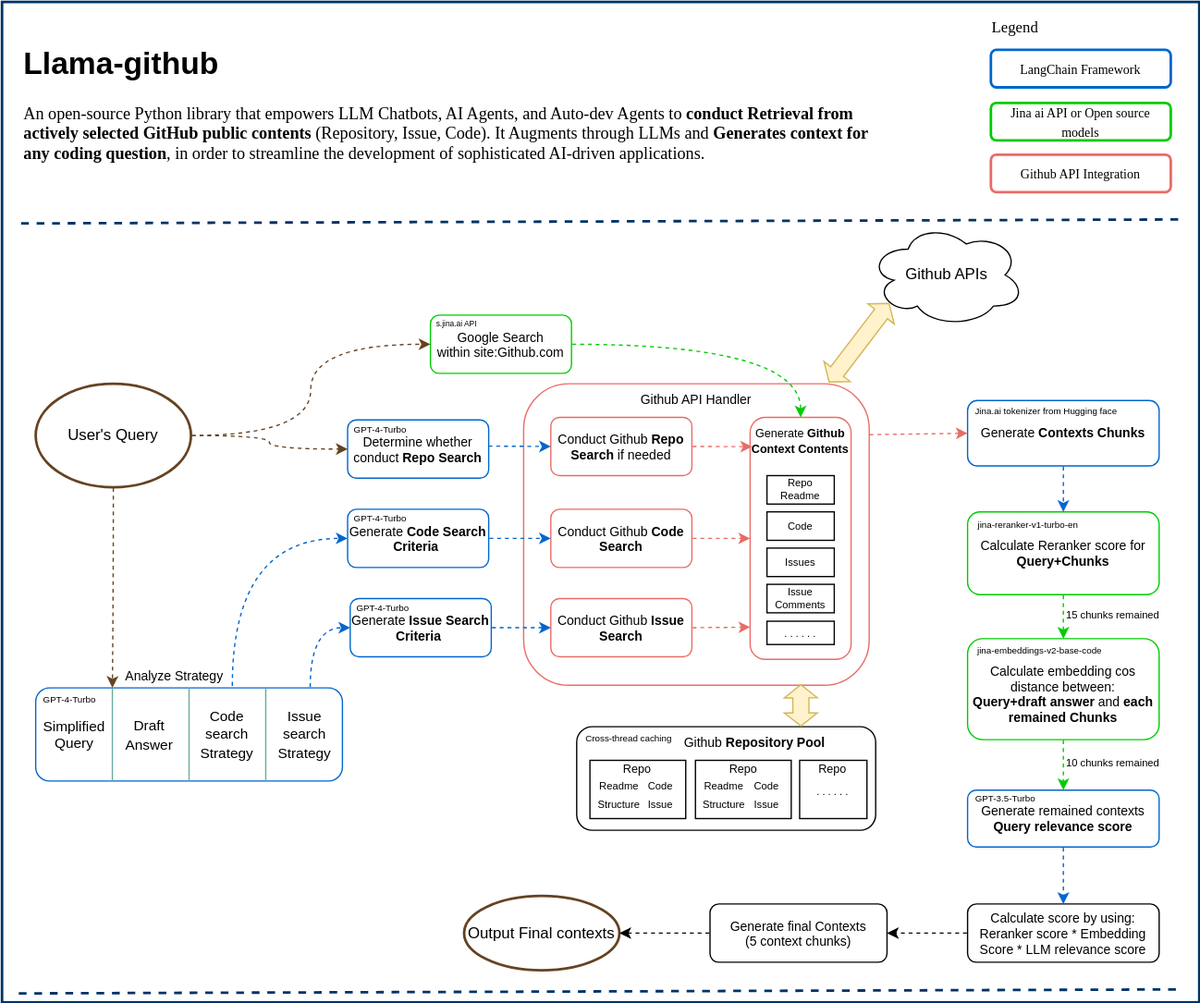
JetXu-LLM/llama-github keeps this draw.io diagram as docs/high_level_architecture.drawio.svg. Above is the earlier version. Source tidied: cells renumbered, new cells last; positions are measured from the earlier drawing's top-left corner, leaving out a move shared by most shapes.
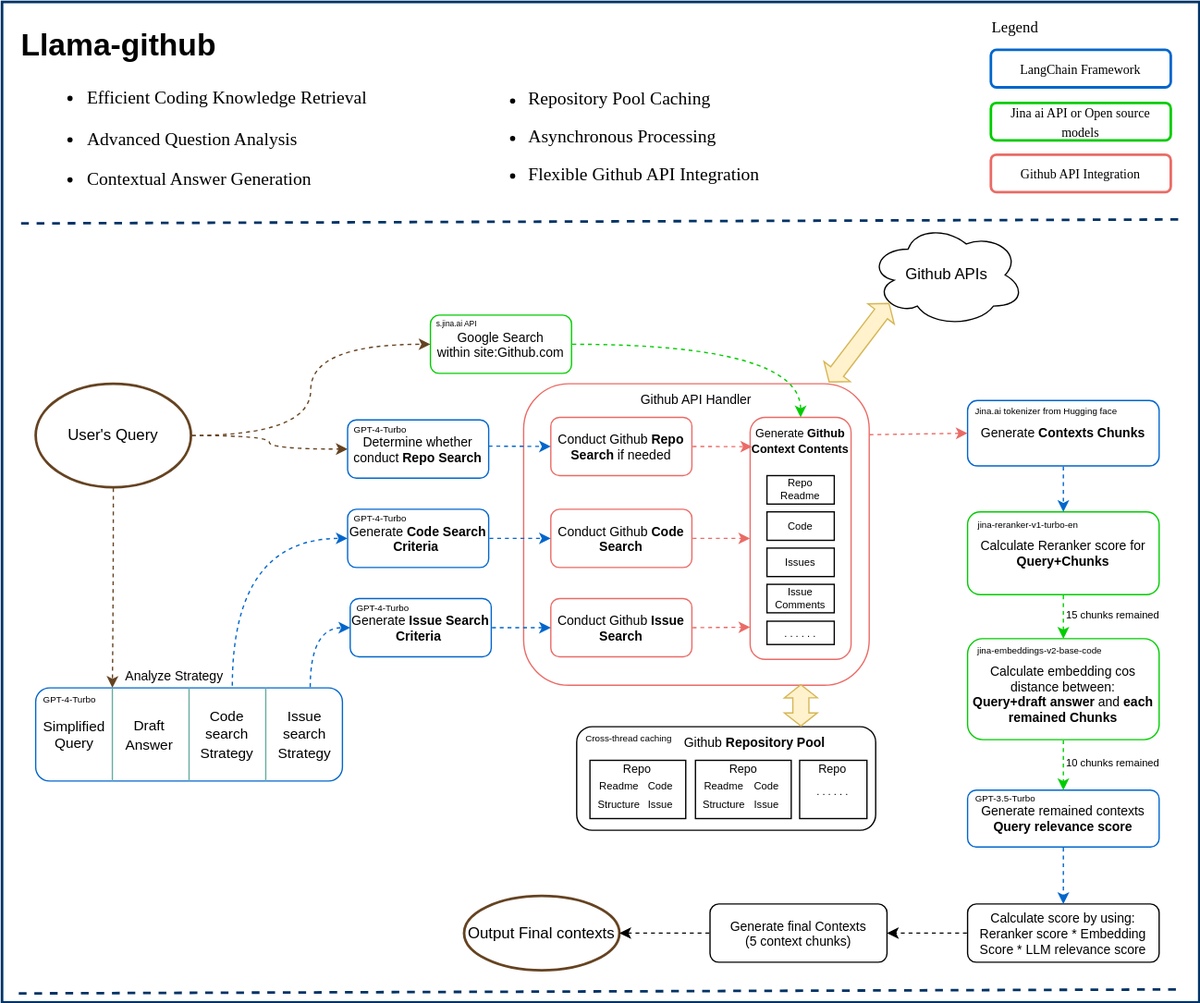
The same diagram one commit later.

What changed in the source:
```diff
@@ -261,11 +261,17 @@
     <mxCell id="84" value="&lt;font face=&quot;Comic Sans MS&quot; style=&quot;font-size: 10px;&quot;&gt;Github API Integration&lt;/font&gt;" style="rounded=1;whiteSpace=wrap;html=1;verticalAlign=middle;labelPosition=center;verticalLabelPosition=middle;align=center;strokeColor=#EA6B66;strokeWidth=2;" parent="1" vertex="1">
       <mxGeometry x="764" y="118" width="139" height="29" as="geometry" />
     </mxCell>
-    <mxCell id="85" value="&lt;h1 style=&quot;margin-top: 0px;&quot;&gt;Llama-github&lt;/h1&gt;&lt;p style=&quot;font-size: 13px; padding-left: 0px; padding-right: 0px;&quot;&gt;&lt;font face=&quot;Verdana&quot; style=&quot;font-size: 13px;&quot;&gt;An open-source Python library that empowers LLM Chatbots, AI Agents, and Auto-dev Agents to &lt;b style=&quot;&quot;&gt;conduct&lt;/b&gt; &lt;b style=&quot;&quot;&gt;Retrieval from actively selected GitHub public contents&lt;/b&gt; (Repository, Issue, Code). It Augments through LLMs and &lt;b style=&quot;&quot;&gt;Generates context for any coding question&lt;/b&gt;, in order to streamline the development of sophisticated AI-driven applications.&lt;/font&gt;&lt;/p&gt;" style="text;html=1;whiteSpace=wrap;overflow=hidden;rounded=0;" parent="1" vertex="1">
-      <mxGeometry x="15" y="27" width="655" height="120" as="geometry" />
+    <mxCell id="85" value="&lt;h1 style=&quot;margin-top: 0px;&quot;&gt;Llama-github&lt;/h1&gt;&lt;p style=&quot;font-size: 13px; padding-left: 0px; padding-right: 0px;&quot;&gt;&lt;br&gt;&lt;/p&gt;" style="text;html=1;whiteSpace=wrap;overflow=hidden;rounded=0;" parent="1" vertex="1">
+      <mxGeometry x="13.2" y="13" width="655" height="43" as="geometry" />
     </mxCell>
     <mxCell id="86" value="&lt;font style=&quot;font-size: 7px;&quot;&gt;Cross-thread caching&lt;/font&gt;" style="text;html=1;align=center;verticalAlign=middle;whiteSpace=wrap;rounded=0;" parent="1" vertex="1">
       <mxGeometry x="444" y="553" width="81" height="30" as="geometry" />
     </mxCell>
+    <mxCell id="87" value="&lt;div style=&quot;&quot;&gt;&lt;ul style=&quot;font-size: 14px; margin-top: 12px; padding-top: 0px;&quot;&gt;&lt;li&gt;&lt;font face=&quot;Verdana&quot;&gt;Efficient Coding Knowledge Retrieval&lt;/font&gt;&lt;/li&gt;&lt;/ul&gt;&lt;ul style=&quot;font-size: 14px; margin-top: 12px; padding-top: 0px;&quot;&gt;&lt;li&gt;&lt;font face=&quot;Verdana&quot;&gt;Advanced Question Analysis&lt;/font&gt;&lt;/li&gt;&lt;/ul&gt;&lt;ul style=&quot;font-size: 14px; margin-top: 12px; padding-top: 0px;&quot;&gt;&lt;li&gt;&lt;font face=&quot;Verdana&quot;&gt;Contextual Answer Generation&lt;/font&gt;&lt;/li&gt;&lt;/ul&gt;&lt;/div&gt;" style="text;html=1;align=left;verticalAlign=middle;whiteSpace=wrap;rounded=0;" parent="1" vertex="1">
+      <mxGeometry x="24" y="64" width="364" height="85" as="geometry" />
+    </mxCell>
+    <mxCell id="88" value="&lt;div style=&quot;&quot;&gt;&lt;ul style=&quot;margin-top: 12px; padding-top: 0px;&quot;&gt;&lt;li style=&quot;&quot;&gt;&lt;font face=&quot;Verdana&quot;&gt;&lt;span style=&quot;font-size: 14px;&quot;&gt;Repository Pool Caching&lt;/span&gt;&lt;/font&gt;&lt;br&gt;&lt;/li&gt;&lt;/ul&gt;&lt;ul style=&quot;margin-top: 12px; padding-top: 0px;&quot;&gt;&lt;li style=&quot;&quot;&gt;&lt;font face=&quot;Verdana&quot;&gt;&lt;span style=&quot;font-size: 14px;&quot;&gt;Asynchronous Processing&lt;/span&gt;&lt;/font&gt;&lt;br&gt;&lt;/li&gt;&lt;/ul&gt;&lt;ul style=&quot;margin-top: 12px; padding-top: 0px;&quot;&gt;&lt;li style=&quot;&quot;&gt;&lt;font face=&quot;Verdana&quot;&gt;&lt;span style=&quot;font-size: 14px;&quot;&gt;Flexible Github API Integration&lt;/span&gt;&lt;/font&gt;&lt;br&gt;&lt;/li&gt;&lt;/ul&gt;&lt;/div&gt;" style="text;html=1;align=left;verticalAlign=middle;whiteSpace=wrap;rounded=0;" parent="1" vertex="1">
+      <mxGeometry x="365" y="62" width="364" height="85" as="geometry" />
+    </mxCell>
   </root>
 </mxGraphModel>
```
